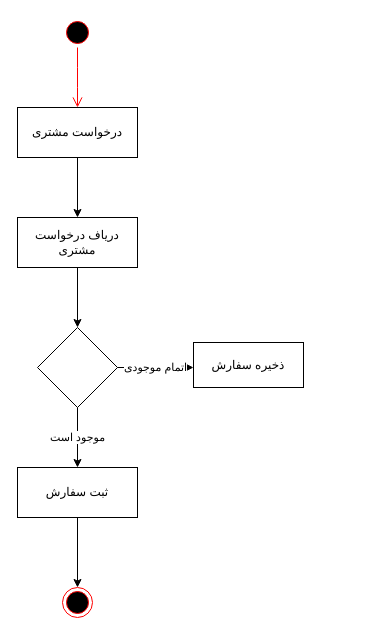
Above: کلاس فعالیت ثبت سفارش.drawio in Saeed-hajizade/Software-Engineering-Project (draw.io), before the change. Source tidied: cells renumbered, new cells numbered last; positions are measured from the earlier drawing's top-left corner, leaving out a move shared by most shapes. Both pictures are drawn from the tidied source at 100%, with x=0, y=0 at pixel (17, 17).
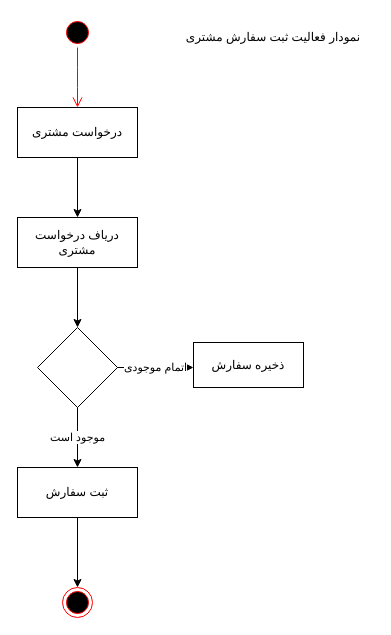
Above is the later version.

What changed in the source:
```diff
@@
+    <mxCell id="15" value="نمودار فعالیت ثبت سفارش مشتری" style="text;html=1;strokeColor=none;fillColor=none;align=center;verticalAlign=middle;whiteSpace=wrap;rounded=0;" parent="1" vertex="1">
+      <mxGeometry x="156" y="10" width="200" height="20" as="geometry" />
+    </mxCell>
```
